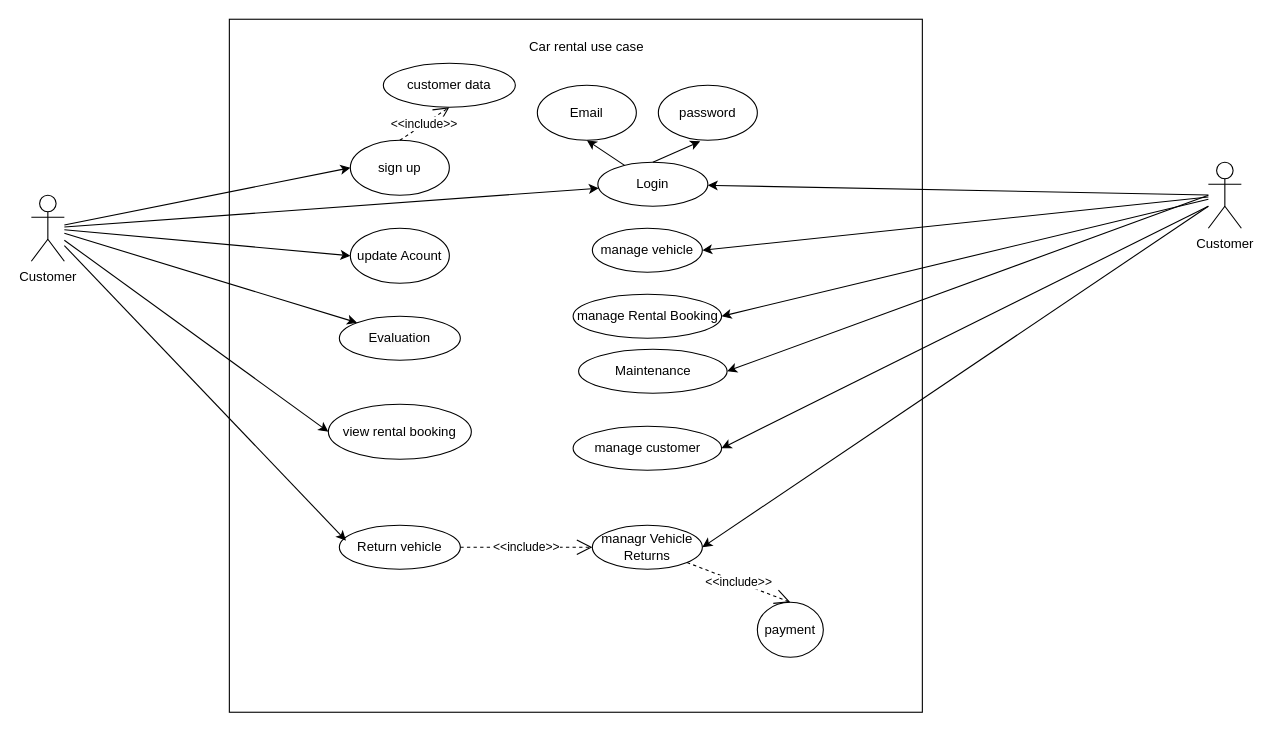
Earlier version of the draw.io diagram Diagramme sans nom.drawio (Neamitest/Car-Rental). Source tidied: cells renumbered, new cells numbered last; positions are measured from the earlier drawing's top-left corner, leaving out a move shared by most shapes. Both pictures are drawn from the tidied source at 110%, with x=0, y=0 at pixel (31, 19).
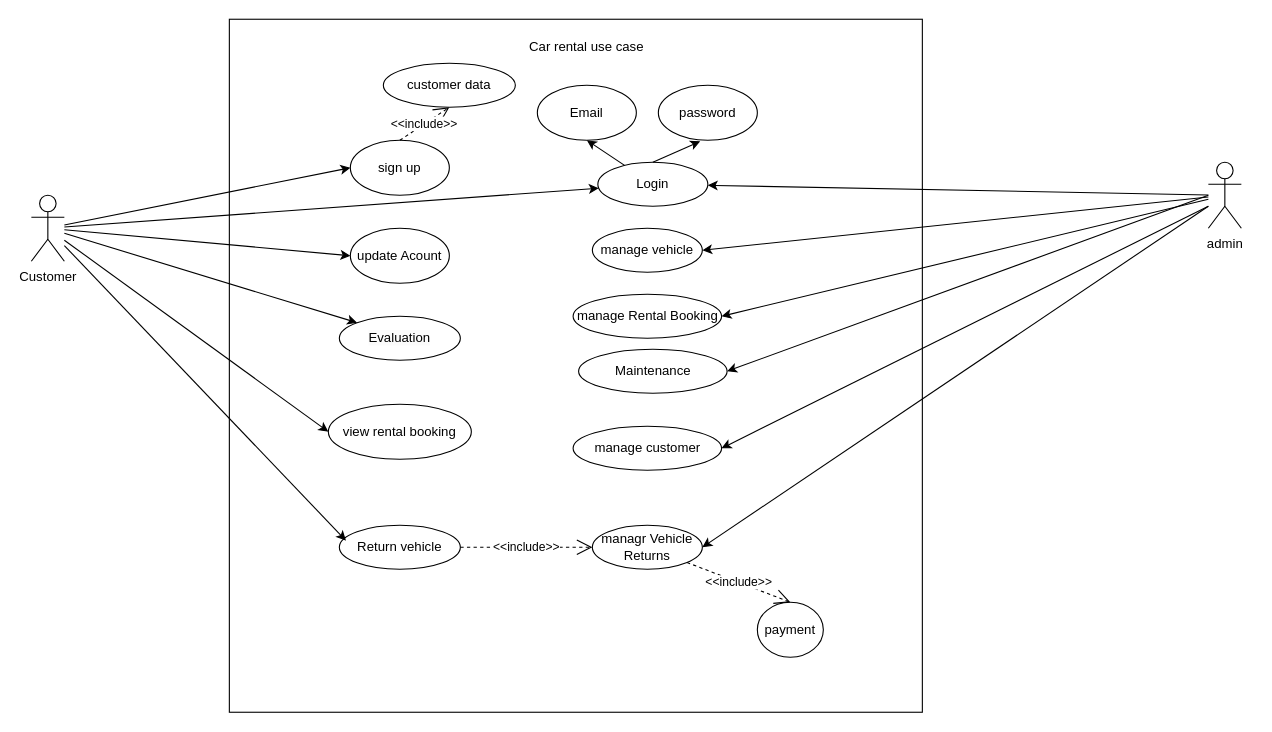
After the change.

Commit message:
Mettre à jour Diagramme sans nom.drawio

What changed in the source:
```diff
@@
-    <mxCell id="15" value="Customer" style="shape=umlActor;verticalLabelPosition=bottom;verticalAlign=top;html=1;outlineConnect=0;" parent="1" vertex="1">
+    <mxCell id="15" value="admin" style="shape=umlActor;verticalLabelPosition=bottom;verticalAlign=top;html=1;outlineConnect=0;" parent="1" vertex="1">
       <mxGeometry x="1070" y="130" width="30" height="60" as="geometry" />
     </mxCell>
```
